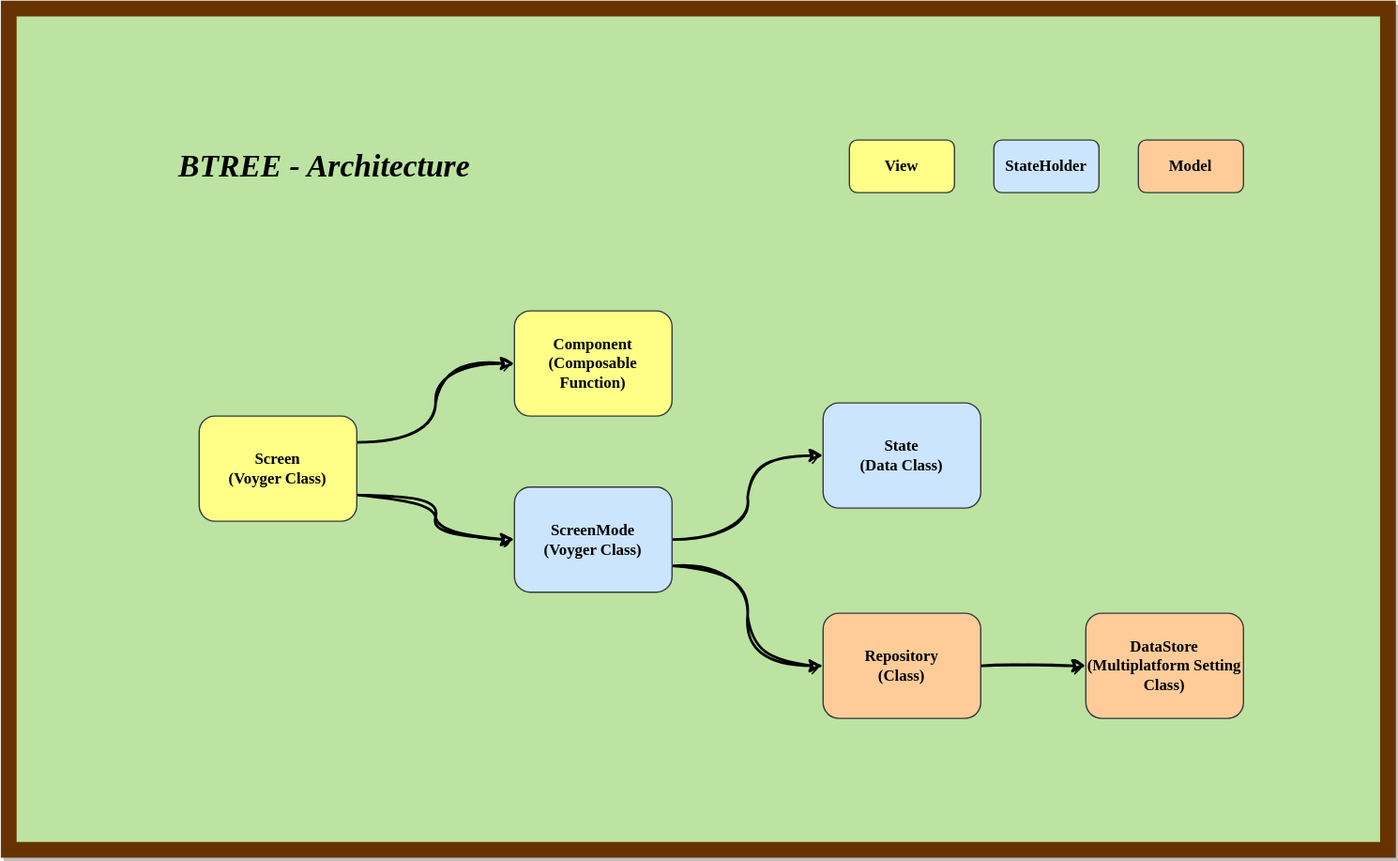
Above: architecture.drawio.svg in kaleidot725/BTree (draw.io), before the change. Source tidied: cells renumbered, new cells last; positions are measured from the earlier drawing's top-left corner, leaving out a move shared by most shapes.
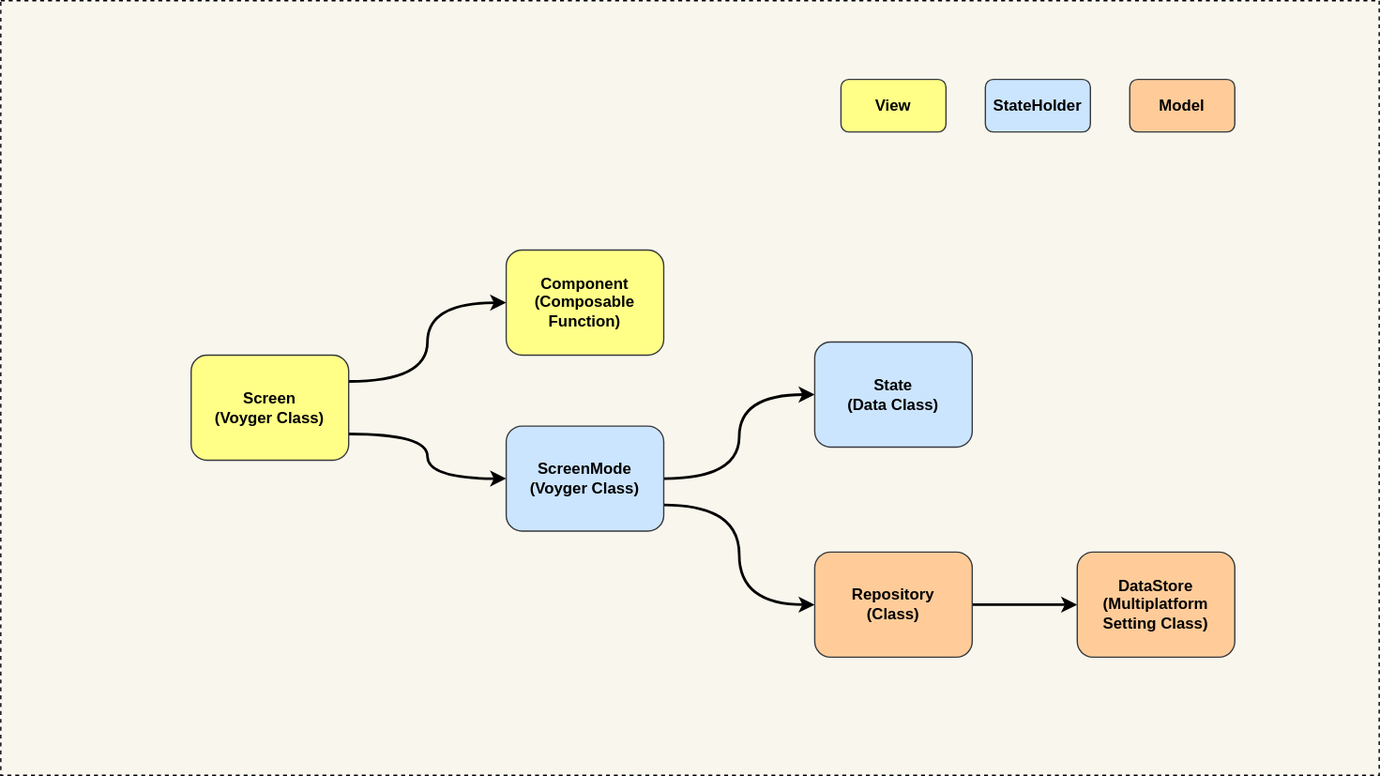
After the change.

Diff of the diagram source:
```diff
@@ -2,53 +2,50 @@
   <root>
     <mxCell id="0" />
     <mxCell id="1" parent="0" />
-    <mxCell id="2" style="rounded=0;whiteSpace=wrap;html=1;fillStyle=auto;fillColor=#BCE3A1;fontColor=#ffffff;strokeColor=#663300;strokeWidth=12;glass=0;shadow=1;" parent="1" vertex="1">
-      <mxGeometry width="1050" height="640" as="geometry" />
+    <mxCell id="2" style="rounded=0;whiteSpace=wrap;html=1;fillStyle=auto;strokeWidth=1;glass=0;shadow=0;fontFamily=Helvetica;labelBackgroundColor=none;labelBorderColor=none;fillColor=#f9f7ed;strokeColor=default;dashed=1;" parent="1" vertex="1">
+      <mxGeometry y="40" width="1050" height="590" as="geometry" />
     </mxCell>
-    <mxCell id="3" style="edgeStyle=orthogonalEdgeStyle;jettySize=auto;html=1;exitX=1;exitY=0.25;exitDx=0;exitDy=0;curved=1;fontFamily=Comic Sans MS;labelBorderColor=none;shadow=0;fontStyle=1;strokeColor=#000000;sketch=1;curveFitting=1;jiggle=2;strokeWidth=2;" parent="1" edge="1" source="5" target="9">
+    <mxCell id="3" style="edgeStyle=orthogonalEdgeStyle;jettySize=auto;html=1;exitX=1;exitY=0.25;exitDx=0;exitDy=0;curved=1;fontFamily=Helvetica;labelBorderColor=none;shadow=0;fontStyle=1;strokeColor=#000000;strokeWidth=2;labelBackgroundColor=none;" parent="1" edge="1" source="5" target="9">
       <mxGeometry relative="1" as="geometry" />
     </mxCell>
-    <mxCell id="4" style="edgeStyle=orthogonalEdgeStyle;jettySize=auto;html=1;exitX=1;exitY=0.75;exitDx=0;exitDy=0;curved=1;fontFamily=Comic Sans MS;labelBorderColor=none;shadow=0;fontStyle=1;strokeColor=#000000;sketch=1;curveFitting=1;jiggle=2;strokeWidth=2;" parent="1" edge="1" source="5" target="8">
+    <mxCell id="4" style="edgeStyle=orthogonalEdgeStyle;jettySize=auto;html=1;exitX=1;exitY=0.75;exitDx=0;exitDy=0;curved=1;fontFamily=Helvetica;labelBorderColor=none;shadow=0;fontStyle=1;strokeColor=#000000;strokeWidth=2;labelBackgroundColor=none;" parent="1" edge="1" source="5" target="8">
       <mxGeometry relative="1" as="geometry" />
     </mxCell>
-    <mxCell id="5" value="Screen&lt;br&gt;(Voyger Class)" style="rounded=1;whiteSpace=wrap;html=1;fillColor=#ffff88;strokeColor=#36393d;fontFamily=Comic Sans MS;labelBorderColor=none;shadow=0;fontStyle=1;" parent="1" vertex="1">
+    <mxCell id="5" value="Screen&lt;br&gt;(Voyger Class)" style="rounded=1;whiteSpace=wrap;html=1;fillColor=#ffff88;strokeColor=#36393d;fontFamily=Helvetica;labelBorderColor=none;shadow=0;fontStyle=1;labelBackgroundColor=none;" parent="1" vertex="1">
       <mxGeometry x="145" y="310" width="120" height="80" as="geometry" />
     </mxCell>
-    <mxCell id="6" style="edgeStyle=orthogonalEdgeStyle;jettySize=auto;html=1;exitX=1;exitY=0.75;exitDx=0;exitDy=0;fontFamily=Comic Sans MS;labelBorderColor=none;shadow=0;fontStyle=1;curved=1;entryX=0;entryY=0.5;entryDx=0;entryDy=0;strokeColor=#000000;sketch=1;curveFitting=1;jiggle=2;strokeWidth=2;" parent="1" edge="1" source="8" target="11">
+    <mxCell id="6" style="edgeStyle=orthogonalEdgeStyle;jettySize=auto;html=1;exitX=1;exitY=0.75;exitDx=0;exitDy=0;fontFamily=Helvetica;labelBorderColor=none;shadow=0;fontStyle=1;curved=1;entryX=0;entryY=0.5;entryDx=0;entryDy=0;strokeColor=#000000;strokeWidth=2;labelBackgroundColor=none;" parent="1" edge="1" source="8" target="11">
       <mxGeometry relative="1" as="geometry" />
     </mxCell>
-    <mxCell id="7" style="edgeStyle=orthogonalEdgeStyle;jettySize=auto;html=1;exitX=1;exitY=0.5;exitDx=0;exitDy=0;curved=1;strokeColor=#000000;sketch=1;curveFitting=1;jiggle=2;strokeWidth=2;" parent="1" edge="1" source="8" target="15">
+    <mxCell id="7" style="edgeStyle=orthogonalEdgeStyle;jettySize=auto;html=1;exitX=1;exitY=0.5;exitDx=0;exitDy=0;curved=1;strokeColor=#000000;strokeWidth=2;fontFamily=Helvetica;labelBackgroundColor=none;labelBorderColor=none;" parent="1" edge="1" source="8" target="15">
       <mxGeometry relative="1" as="geometry" />
     </mxCell>
-    <mxCell id="8" value="ScreenMode&lt;br&gt;(Voyger Class)" style="rounded=1;whiteSpace=wrap;html=1;fillColor=#cce5ff;strokeColor=#36393d;fontFamily=Comic Sans MS;labelBorderColor=none;shadow=0;fontStyle=1;fontColor=#000000;" parent="1" vertex="1">
+    <mxCell id="8" value="ScreenMode&lt;br&gt;(Voyger Class)" style="rounded=1;whiteSpace=wrap;html=1;fillColor=#cce5ff;strokeColor=#36393d;fontFamily=Helvetica;labelBorderColor=none;shadow=0;fontStyle=1;fontColor=#000000;labelBackgroundColor=none;" parent="1" vertex="1">
       <mxGeometry x="385" y="364" width="120" height="80" as="geometry" />
     </mxCell>
-    <mxCell id="9" value="Component&lt;br&gt;(Composable Function)" style="rounded=1;whiteSpace=wrap;html=1;fillColor=#ffff88;strokeColor=#36393d;fontFamily=Comic Sans MS;labelBorderColor=none;shadow=0;fontStyle=1;" parent="1" vertex="1">
+    <mxCell id="9" value="Component&lt;br&gt;(Composable Function)" style="rounded=1;whiteSpace=wrap;html=1;fillColor=#ffff88;strokeColor=#36393d;fontFamily=Helvetica;labelBorderColor=none;shadow=0;fontStyle=1;labelBackgroundColor=none;" parent="1" vertex="1">
       <mxGeometry x="385" y="230" width="120" height="80" as="geometry" />
     </mxCell>
-    <mxCell id="10" style="edgeStyle=orthogonalEdgeStyle;rounded=1;jettySize=auto;html=1;exitX=1;exitY=0.5;exitDx=0;exitDy=0;fontFamily=Comic Sans MS;labelBorderColor=none;shadow=0;fontStyle=1;strokeColor=#000000;sketch=1;curveFitting=1;jiggle=2;strokeWidth=2;" parent="1" edge="1" source="11" target="12">
+    <mxCell id="10" style="edgeStyle=orthogonalEdgeStyle;rounded=1;jettySize=auto;html=1;exitX=1;exitY=0.5;exitDx=0;exitDy=0;fontFamily=Helvetica;labelBorderColor=none;shadow=0;fontStyle=1;strokeColor=#000000;strokeWidth=2;labelBackgroundColor=none;" parent="1" edge="1" source="11" target="12">
       <mxGeometry relative="1" as="geometry" />
     </mxCell>
-    <mxCell id="11" value="Repository&lt;br&gt;(Class)" style="rounded=1;whiteSpace=wrap;html=1;fillColor=#ffcc99;strokeColor=#36393d;fontFamily=Comic Sans MS;labelBorderColor=none;shadow=0;fontStyle=1;fontColor=#000000;" parent="1" vertex="1">
+    <mxCell id="11" value="Repository&lt;br&gt;(Class)" style="rounded=1;whiteSpace=wrap;html=1;fillColor=#ffcc99;strokeColor=#36393d;fontFamily=Helvetica;labelBorderColor=none;shadow=0;fontStyle=1;fontColor=#000000;labelBackgroundColor=none;" parent="1" vertex="1">
       <mxGeometry x="620" y="460" width="120" height="80" as="geometry" />
     </mxCell>
-    <mxCell id="12" value="DataStore&lt;br&gt;(Multiplatform Setting Class)" style="rounded=1;whiteSpace=wrap;html=1;fillColor=#ffcc99;strokeColor=#36393d;fontFamily=Comic Sans MS;labelBorderColor=none;shadow=0;fontStyle=1;fontColor=#000000;" parent="1" vertex="1">
+    <mxCell id="12" value="DataStore&lt;br&gt;(Multiplatform Setting Class)" style="rounded=1;whiteSpace=wrap;html=1;fillColor=#ffcc99;strokeColor=#36393d;fontFamily=Helvetica;labelBorderColor=none;shadow=0;fontStyle=1;fontColor=#000000;labelBackgroundColor=none;" parent="1" vertex="1">
       <mxGeometry x="820" y="460" width="120" height="80" as="geometry" />
     </mxCell>
-    <mxCell id="13" value="View" style="rounded=1;whiteSpace=wrap;html=1;fillColor=#ffff88;strokeColor=#36393d;fontFamily=Comic Sans MS;labelBorderColor=none;shadow=0;fontStyle=1;" parent="1" vertex="1">
+    <mxCell id="13" value="View" style="rounded=1;whiteSpace=wrap;html=1;fillColor=#ffff88;strokeColor=#36393d;fontFamily=Helvetica;labelBorderColor=none;shadow=0;fontStyle=1;labelBackgroundColor=none;" parent="1" vertex="1">
       <mxGeometry x="640" y="100" width="80" height="40" as="geometry" />
     </mxCell>
-    <mxCell id="14" value="StateHolder" style="rounded=1;whiteSpace=wrap;html=1;fillColor=#cce5ff;strokeColor=#36393d;fontFamily=Comic Sans MS;labelBorderColor=none;shadow=0;fontStyle=1;fontColor=#000000;" parent="1" vertex="1">
+    <mxCell id="14" value="StateHolder" style="rounded=1;whiteSpace=wrap;html=1;fillColor=#cce5ff;strokeColor=#36393d;fontFamily=Helvetica;labelBorderColor=none;shadow=0;fontStyle=1;fontColor=#000000;labelBackgroundColor=none;" parent="1" vertex="1">
       <mxGeometry x="750" y="100" width="80" height="40" as="geometry" />
     </mxCell>
-    <mxCell id="15" value="State&lt;br&gt;(Data Class)" style="rounded=1;whiteSpace=wrap;html=1;fillColor=#cce5ff;strokeColor=#36393d;fontFamily=Comic Sans MS;labelBorderColor=none;shadow=0;fontStyle=1;fontColor=#000000;" parent="1" vertex="1">
+    <mxCell id="15" value="State&lt;br&gt;(Data Class)" style="rounded=1;whiteSpace=wrap;html=1;fillColor=#cce5ff;strokeColor=#36393d;fontFamily=Helvetica;labelBorderColor=none;shadow=0;fontStyle=1;fontColor=#000000;labelBackgroundColor=none;" parent="1" vertex="1">
       <mxGeometry x="620" y="300" width="120" height="80" as="geometry" />
     </mxCell>
-    <mxCell id="16" value="Model" style="rounded=1;whiteSpace=wrap;html=1;fillColor=#ffcc99;strokeColor=#36393d;fontFamily=Comic Sans MS;labelBorderColor=none;shadow=0;fontStyle=1;fontColor=#000000;" parent="1" vertex="1">
+    <mxCell id="16" value="Model" style="rounded=1;whiteSpace=wrap;html=1;fillColor=#ffcc99;strokeColor=#36393d;fontFamily=Helvetica;labelBorderColor=none;shadow=0;fontStyle=1;fontColor=#000000;labelBackgroundColor=none;" parent="1" vertex="1">
       <mxGeometry x="860" y="100" width="80" height="40" as="geometry" />
     </mxCell>
-    <mxCell id="17" value="&lt;h1&gt;&lt;font style=&quot;&quot; face=&quot;Comic Sans MS&quot;&gt;BTREE - Architecture&lt;/font&gt;&lt;/h1&gt;" style="text;html=1;align=center;verticalAlign=middle;fontStyle=3;fontColor=#000000;" parent="1" vertex="1">
-      <mxGeometry x="100" y="80" width="280" height="80" as="geometry" />
-    </mxCell>
   </root>
 </mxGraphModel>
```
